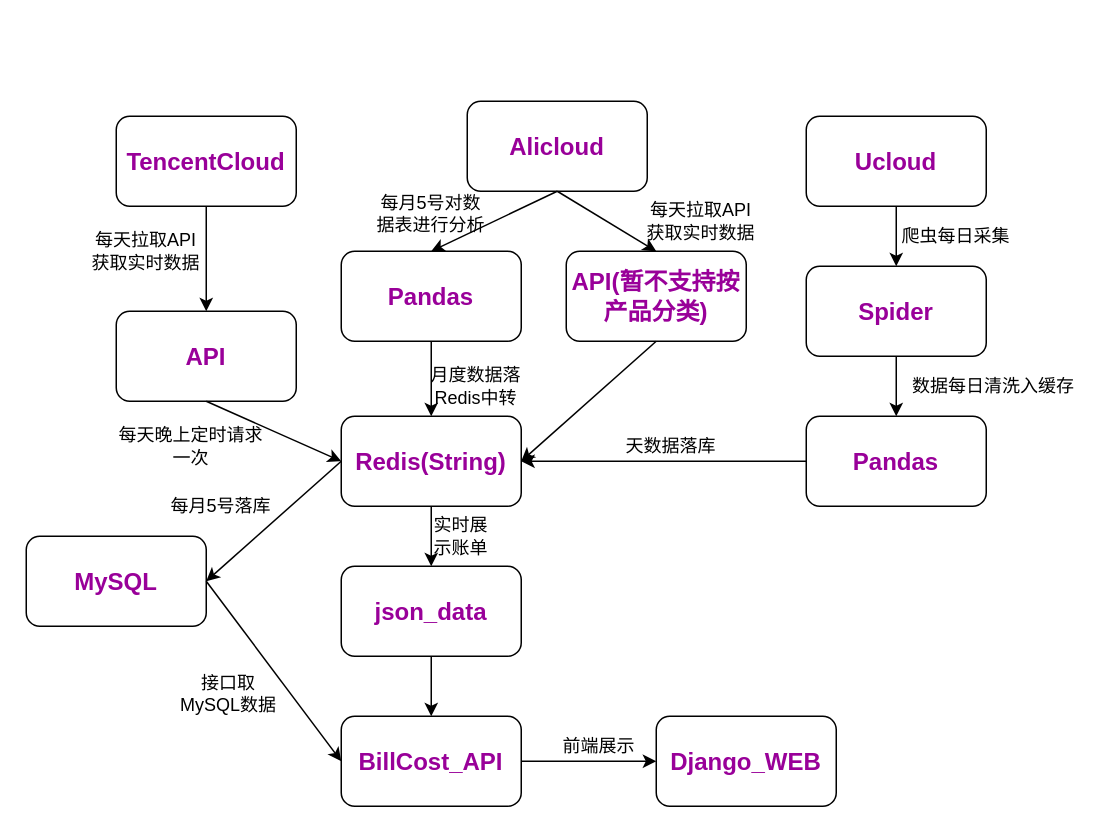
The draw.io diagram OPS.drawio in Henryblankwu/untitled7, before the edit. Source tidied: cells renumbered, new cells numbered last; positions are measured from the earlier drawing's top-left corner, leaving out a move shared by most shapes. Both pictures are drawn from the tidied source at 150%, with x=0, y=0 at pixel (26, 100).
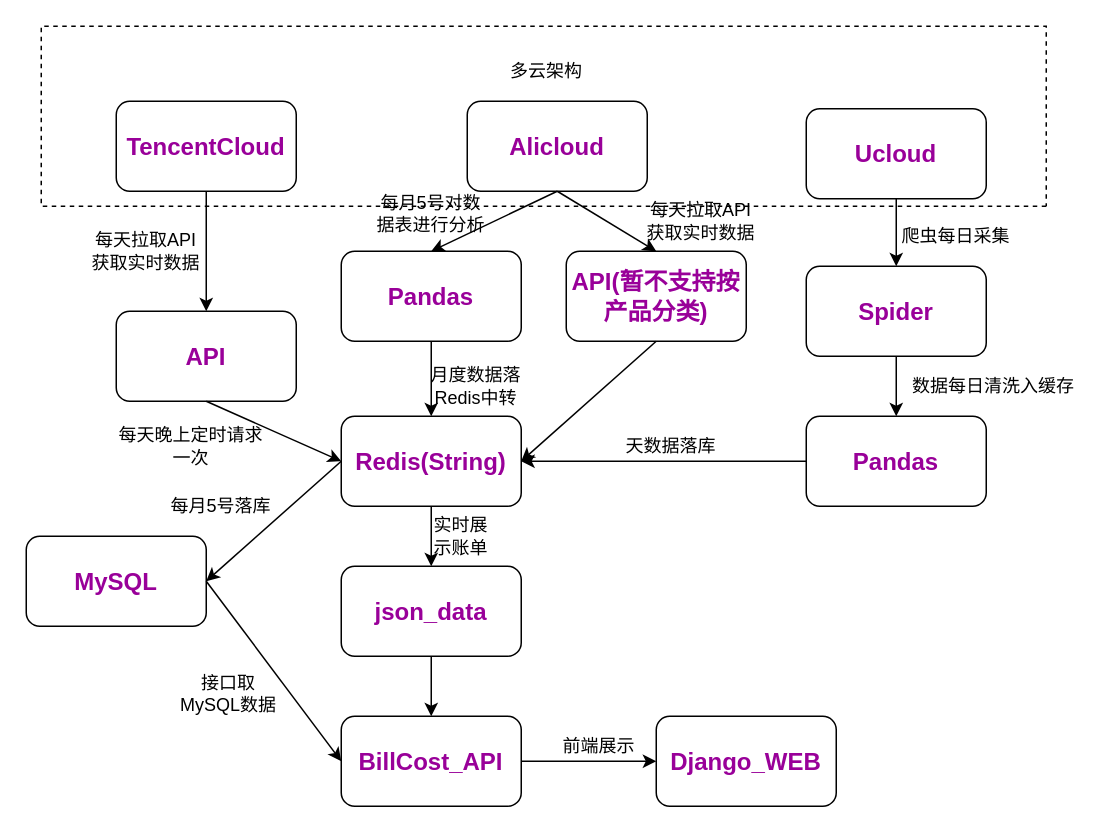
After the change.

The edit, as a diff of the source:
```diff
@@
     <mxCell id="3" value="&lt;b&gt;&lt;font color=&quot;#990099&quot; style=&quot;font-size: 16px&quot;&gt;TencentCloud&lt;/font&gt;&lt;/b&gt;" style="rounded=1;whiteSpace=wrap;html=1;align=center;" parent="1" vertex="1">
-      <mxGeometry x="60" y="10" width="120" height="60" as="geometry" />
+      <mxGeometry x="60" width="120" height="60" as="geometry" />
     </mxCell>
@@
     <mxCell id="24" value="&lt;b&gt;&lt;font color=&quot;#990099&quot; style=&quot;font-size: 16px&quot;&gt;Ucloud&lt;/font&gt;&lt;/b&gt;" style="rounded=1;whiteSpace=wrap;html=1;align=center;" parent="1" vertex="1">
-      <mxGeometry x="520" y="10" width="120" height="60" as="geometry" />
+      <mxGeometry x="520" y="5" width="120" height="60" as="geometry" />
     </mxCell>
@@
+    <mxCell id="41" style="endArrow=none;dashed=1;html=1;rounded=0;" parent="1" edge="1">
+      <mxGeometry relative="1" as="geometry">
+        <mxPoint x="680" y="70" as="sourcePoint" />
+        <mxPoint x="680" y="70" as="targetPoint" />
+        <Array as="points">
+          <mxPoint x="10" y="70" />
+          <mxPoint x="10" y="-50" />
+          <mxPoint x="680" y="-50" />
+        </Array>
+      </mxGeometry>
+    </mxCell>
+    <mxCell id="42" value="多云架构" style="text;html=1;strokeColor=none;fillColor=none;align=center;verticalAlign=middle;whiteSpace=wrap;rounded=0;" parent="1" vertex="1">
+      <mxGeometry x="294" y="-40" width="106" height="40" as="geometry" />
+    </mxCell>
```
